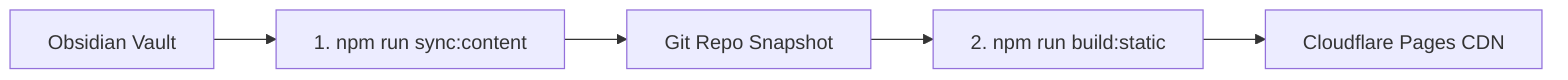
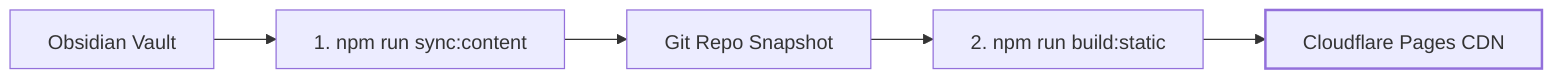
%%{init: { "htmlLabels": false } }%%
graph LR
    Vault["Obsidian Vault"] --> Sync["1. npm run sync:content"] --> Repo["Git Repo Snapshot"] --> Build["2. npm run build:static"] --> CF["Cloudflare Pages CDN"]
+ 
+     %% the published destination — styled by .anchor in the shared theme
+     classDef anchor stroke-width:2px;
+     class CF anchor;
